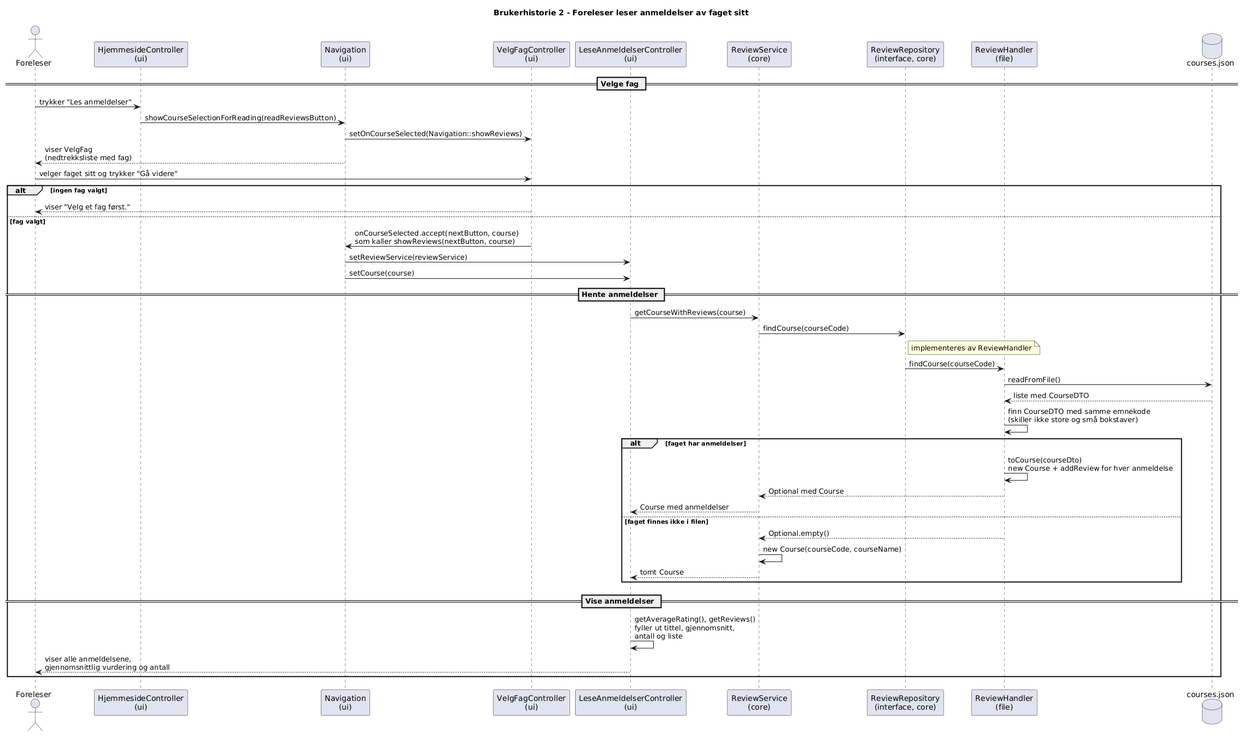
Above: arkitektur/png/brukerhistorie2Sekvensdiagram.png in JesperBarosen/BIThub (PlantUML), before the change.
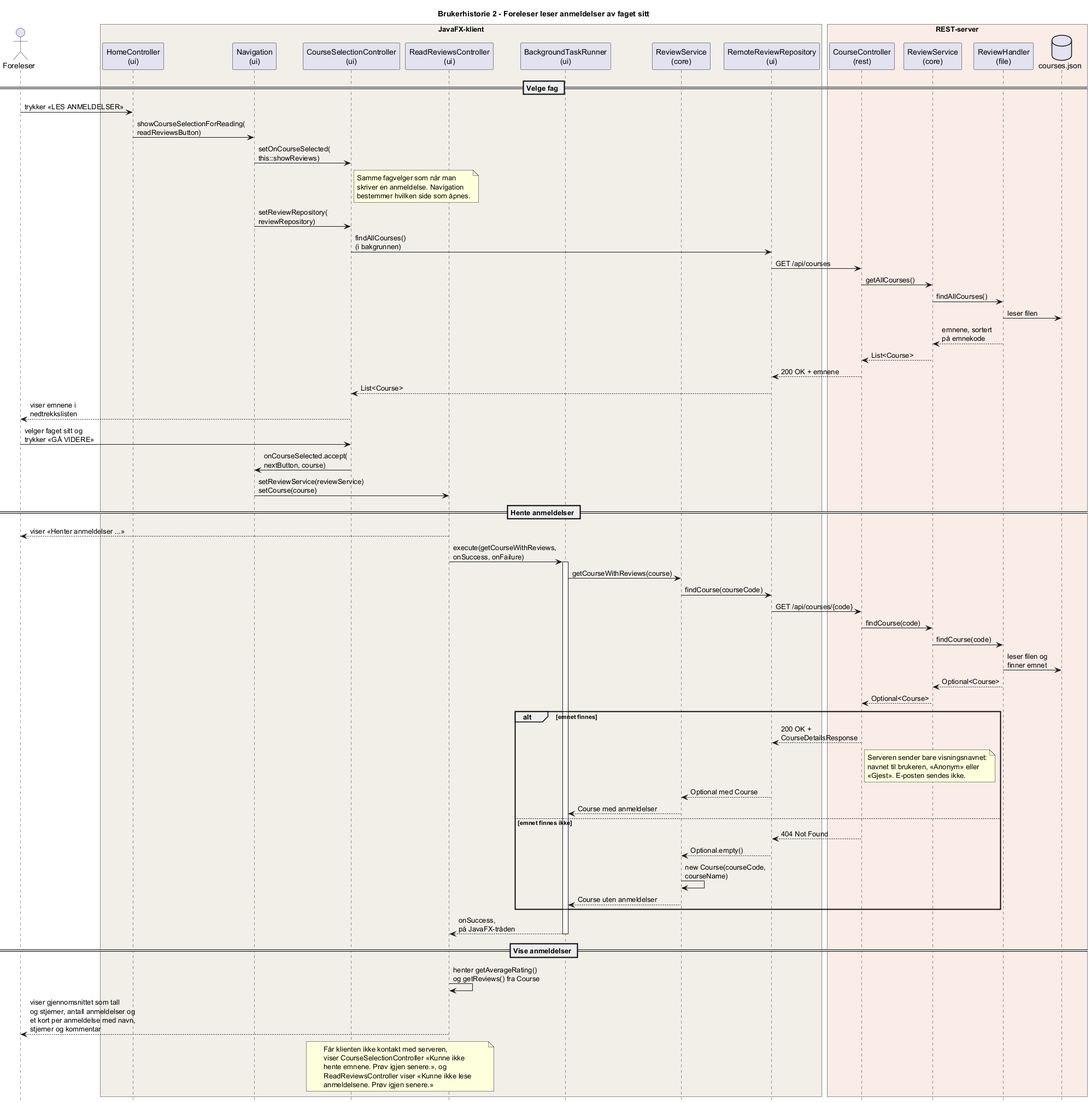
Later version of the same file.

Change to the diagram source:
```diff
@@ -1,55 +1,87 @@
-@startuml
+@startuml brukerhistorie2Sekvensdiagram
+hide footbox
+
 title Brukerhistorie 2 - Foreleser leser anmeldelser av faget sitt
 
 actor "Foreleser" as User
-participant "HjemmesideController\n(ui)" as HomeC
+box "JavaFX-klient" #F1EFE8
+participant "HomeController\n(ui)" as HomeC
 participant "Navigation\n(ui)" as Nav
-participant "VelgFagController\n(ui)" as SelectC
-participant "LeseAnmeldelserController\n(ui)" as ReadC
-participant "ReviewService\n(core)" as Service
-participant "ReviewRepository\n(interface, core)" as Repo
+participant "CourseSelectionController\n(ui)" as SelectC
+participant "ReadReviewsController\n(ui)" as ReadC
+participant "BackgroundTaskRunner\n(ui)" as Runner
+participant "ReviewService\n(core)" as ClientService
+participant "RemoteReviewRepository\n(ui)" as Remote
+end box
+box "REST-server" #FAECE7
+participant "CourseController\n(rest)" as CourseC
+participant "ReviewService\n(core)" as ServerService
 participant "ReviewHandler\n(file)" as Handler
 database "courses.json" as File
+end box
 
 == Velge fag ==
 
-User -> HomeC : trykker "Les anmeldelser"
-HomeC -> Nav : showCourseSelectionForReading(readReviewsButton)
-Nav -> SelectC : setOnCourseSelected(Navigation::showReviews)
-Nav --> User : viser VelgFag\n(nedtrekksliste med fag)
+User -> HomeC : trykker «LES ANMELDELSER»
+HomeC -> Nav : showCourseSelectionForReading(\nreadReviewsButton)
+Nav -> SelectC : setOnCourseSelected(\nthis::showReviews)
+note right of SelectC : Samme fagvelger som når man\nskriver en anmeldelse. Navigation\nbestemmer hvilken side som åpnes.
+Nav -> SelectC : setReviewRepository(\nreviewRepository)
+SelectC -> Remote : findAllCourses()\n(i bakgrunnen)
+Remote -> CourseC : GET /api/courses
+CourseC -> ServerService : getAllCourses()
+ServerService -> Handler : findAllCourses()
+Handler -> File : leser filen
+Handler --> ServerService : emnene, sortert\npå emnekode
+ServerService --> CourseC : List<Course>
+CourseC --> Remote : 200 OK + emnene
+Remote --> SelectC : List<Course>
+SelectC --> User : viser emnene i\nnedtrekkslisten
 
-User -> SelectC : velger faget sitt og trykker "Gå videre"
+User -> SelectC : velger faget sitt og\ntrykker «GÅ VIDERE»
+SelectC -> Nav : onCourseSelected.accept(\nnextButton, course)
+Nav -> ReadC : setReviewService(reviewService)\nsetCourse(course)
 
-alt ingen fag valgt
-    SelectC --> User : viser "Velg et fag først."
-else fag valgt
-    SelectC -> Nav : onCourseSelected.accept(nextButton, course)\nsom kaller showReviews(nextButton, course)
-    Nav -> ReadC : setReviewService(reviewService)
-    Nav -> ReadC : setCourse(course)
+== Hente anmeldelser ==
 
-    == Hente anmeldelser ==
+ReadC --> User : viser «Henter anmeldelser ...»
+ReadC -> Runner : execute(getCourseWithReviews,\nonSuccess, onFailure)
+activate Runner
+Runner -> ClientService : getCourseWithReviews(course)
+ClientService -> Remote : findCourse(courseCode)
+Remote -> CourseC : GET /api/courses/{code}
+CourseC -> ServerService : findCourse(code)
+ServerService -> Handler : findCourse(code)
+Handler -> File : leser filen og\nfinner emnet
+Handler --> ServerService : Optional<Course>
+ServerService --> CourseC : Optional<Course>
 
-    ReadC -> Service : getCourseWithReviews(course)
-    Service -> Repo : findCourse(courseCode)
-    note right of Repo : implementeres av ReviewHandler
-    Repo -> Handler : findCourse(courseCode)
-    Handler -> File : readFromFile()
-    File --> Handler : liste med CourseDTO
-    Handler -> Handler : finn CourseDTO med samme emnekode\n(skiller ikke store og små bokstaver)
+alt emnet finnes
+    CourseC --> Remote : 200 OK +\nCourseDetailsResponse
+    note right of CourseC : Serveren sender bare visningsnavnet:\nnavnet til brukeren, «Anonym» eller\n«Gjest». E-posten sendes ikke.
+    Remote --> ClientService : Optional med Course
+    ClientService --> Runner : Course med anmeldelser
+else emnet finnes ikke
+    CourseC --> Remote : 404 Not Found
+    Remote --> ClientService : Optional.empty()
+    ClientService -> ClientService : new Course(courseCode,\ncourseName)
+    ClientService --> Runner : Course uten anmeldelser
+end
 
-    alt faget har anmeldelser
-        Handler -> Handler : toCourse(courseDto)\nnew Course + addReview for hver anmeldelse
-        Handler --> Service : Optional med Course
-        Service --> ReadC : Course med anmeldelser
-    else faget finnes ikke i filen
-        Handler --> Service : Optional.empty()
-        Service -> Service : new Course(courseCode, courseName)
-        Service --> ReadC : tomt Course
-    end
+Runner --> ReadC : onSuccess,\npå JavaFX-tråden
+deactivate Runner
 
-    == Vise anmeldelser ==
+== Vise anmeldelser ==
 
-    ReadC -> ReadC : getAverageRating(), getReviews()\nfyller ut tittel, gjennomsnitt,\nantall og liste
-    ReadC --> User : viser alle anmeldelsene,\ngjennomsnittlig vurdering og antall
-end
+ReadC -> ReadC : henter getAverageRating()\nog getReviews() fra Course
+ReadC --> User : viser gjennomsnittet som tall\nog stjerner, antall anmeldelser og\net kort per anmeldelse med navn,\nstjerner og kommentar
+
+note over SelectC, ReadC
+  Får klienten ikke kontakt med serveren,
+  viser CourseSelectionController «Kunne ikke
+  hente emnene. Prøv igjen senere.», og
+  ReadReviewsController viser «Kunne ikke lese
+  anmeldelsene. Prøv igjen senere.»
+end note
+
 @enduml
```
